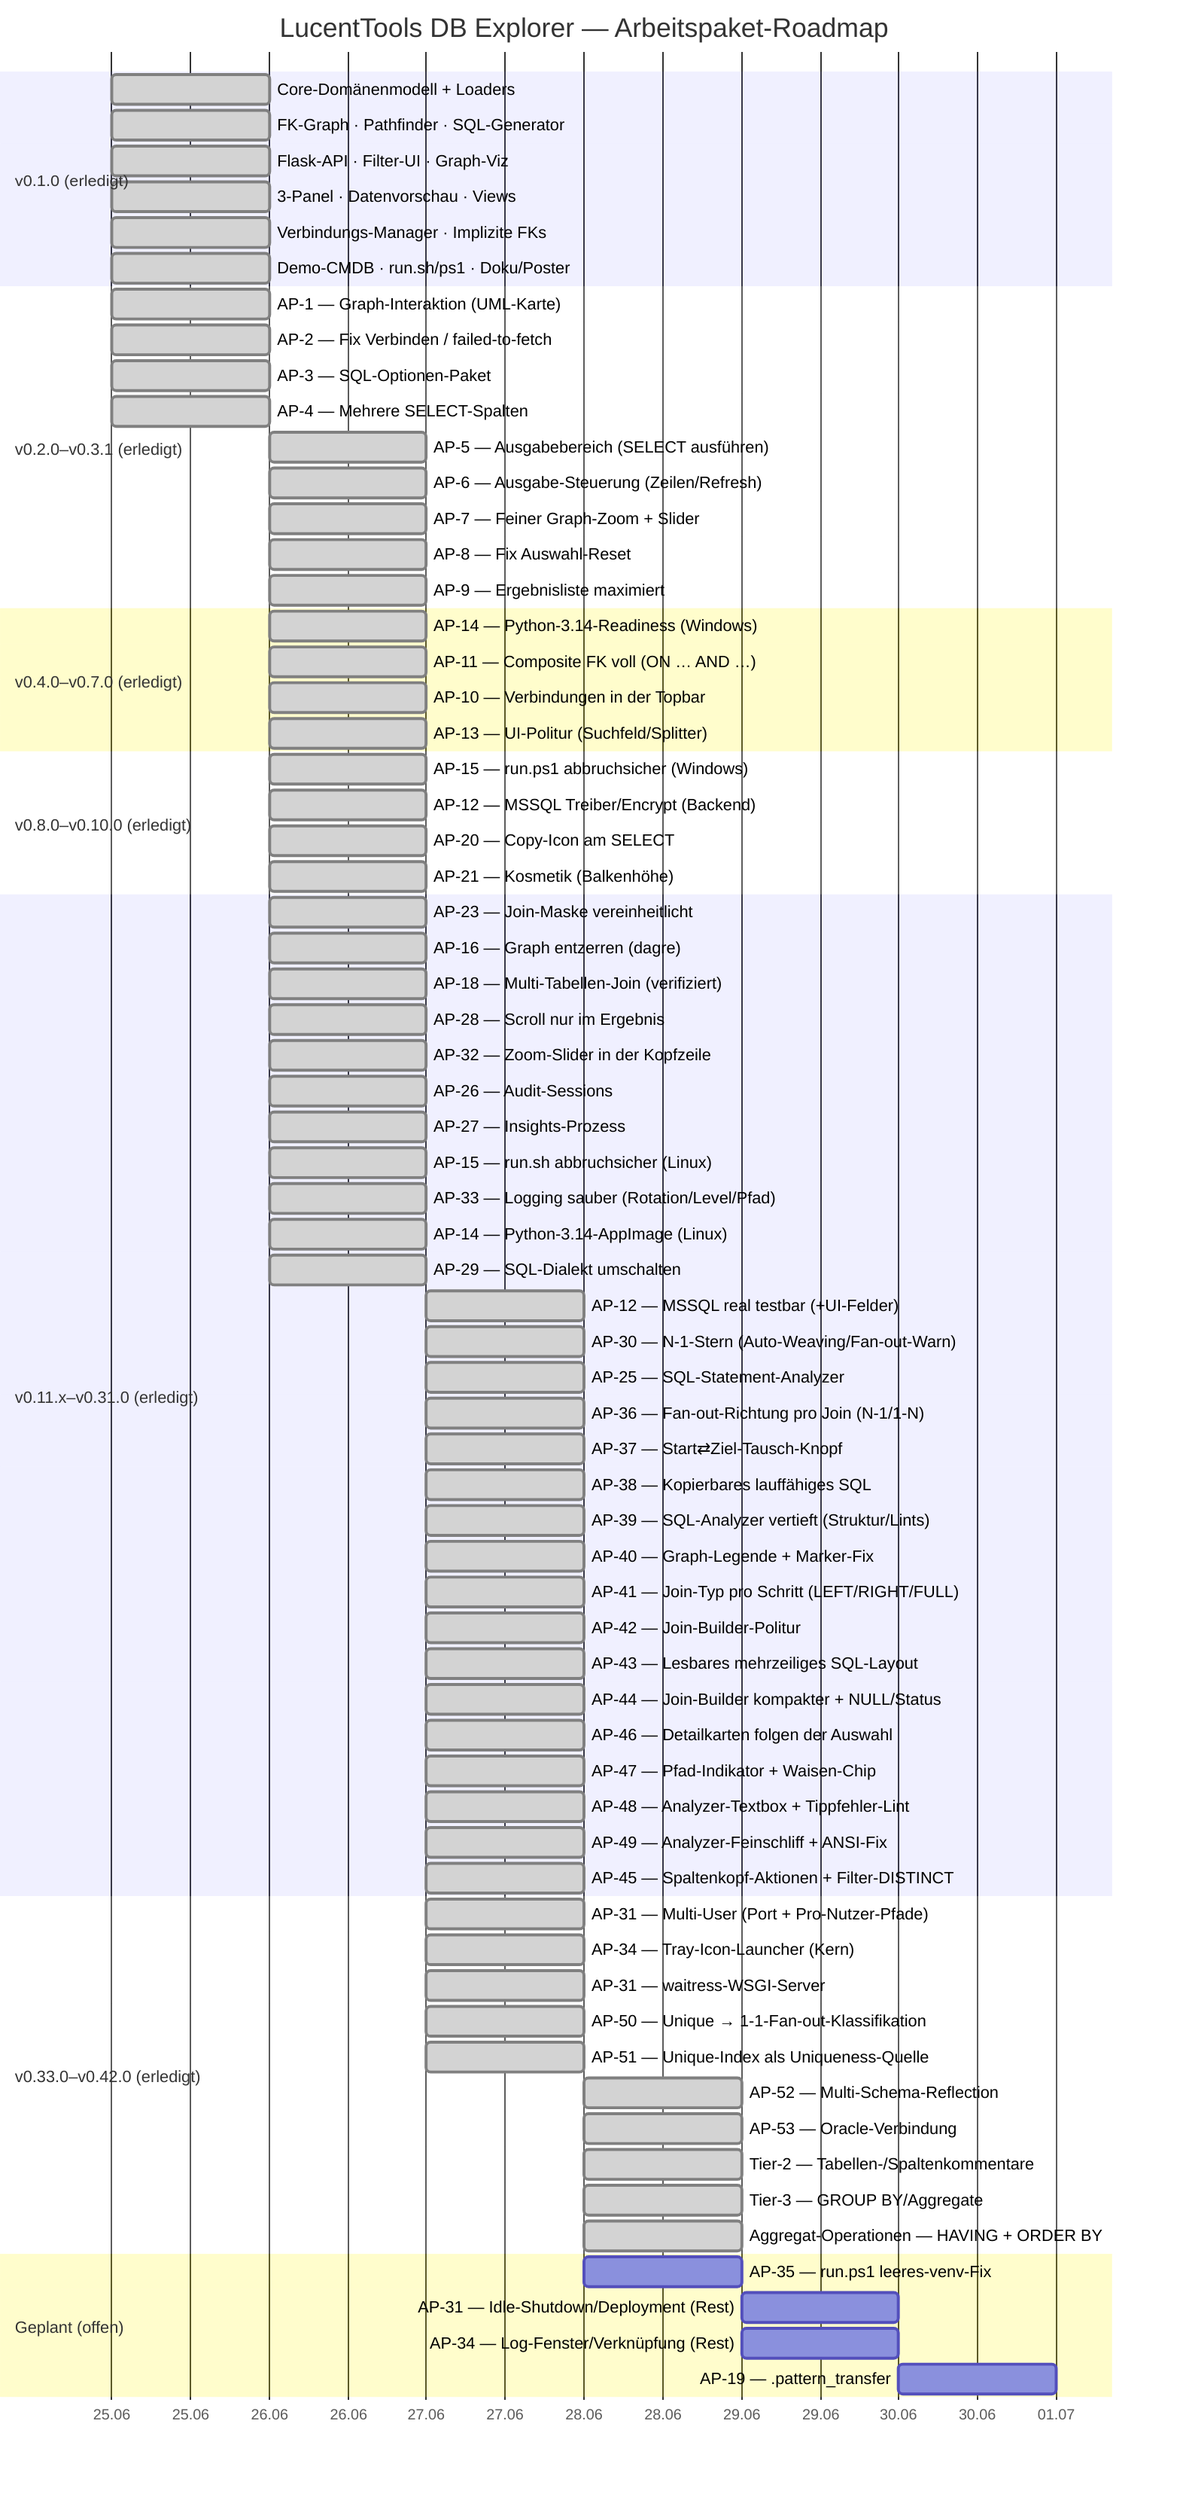
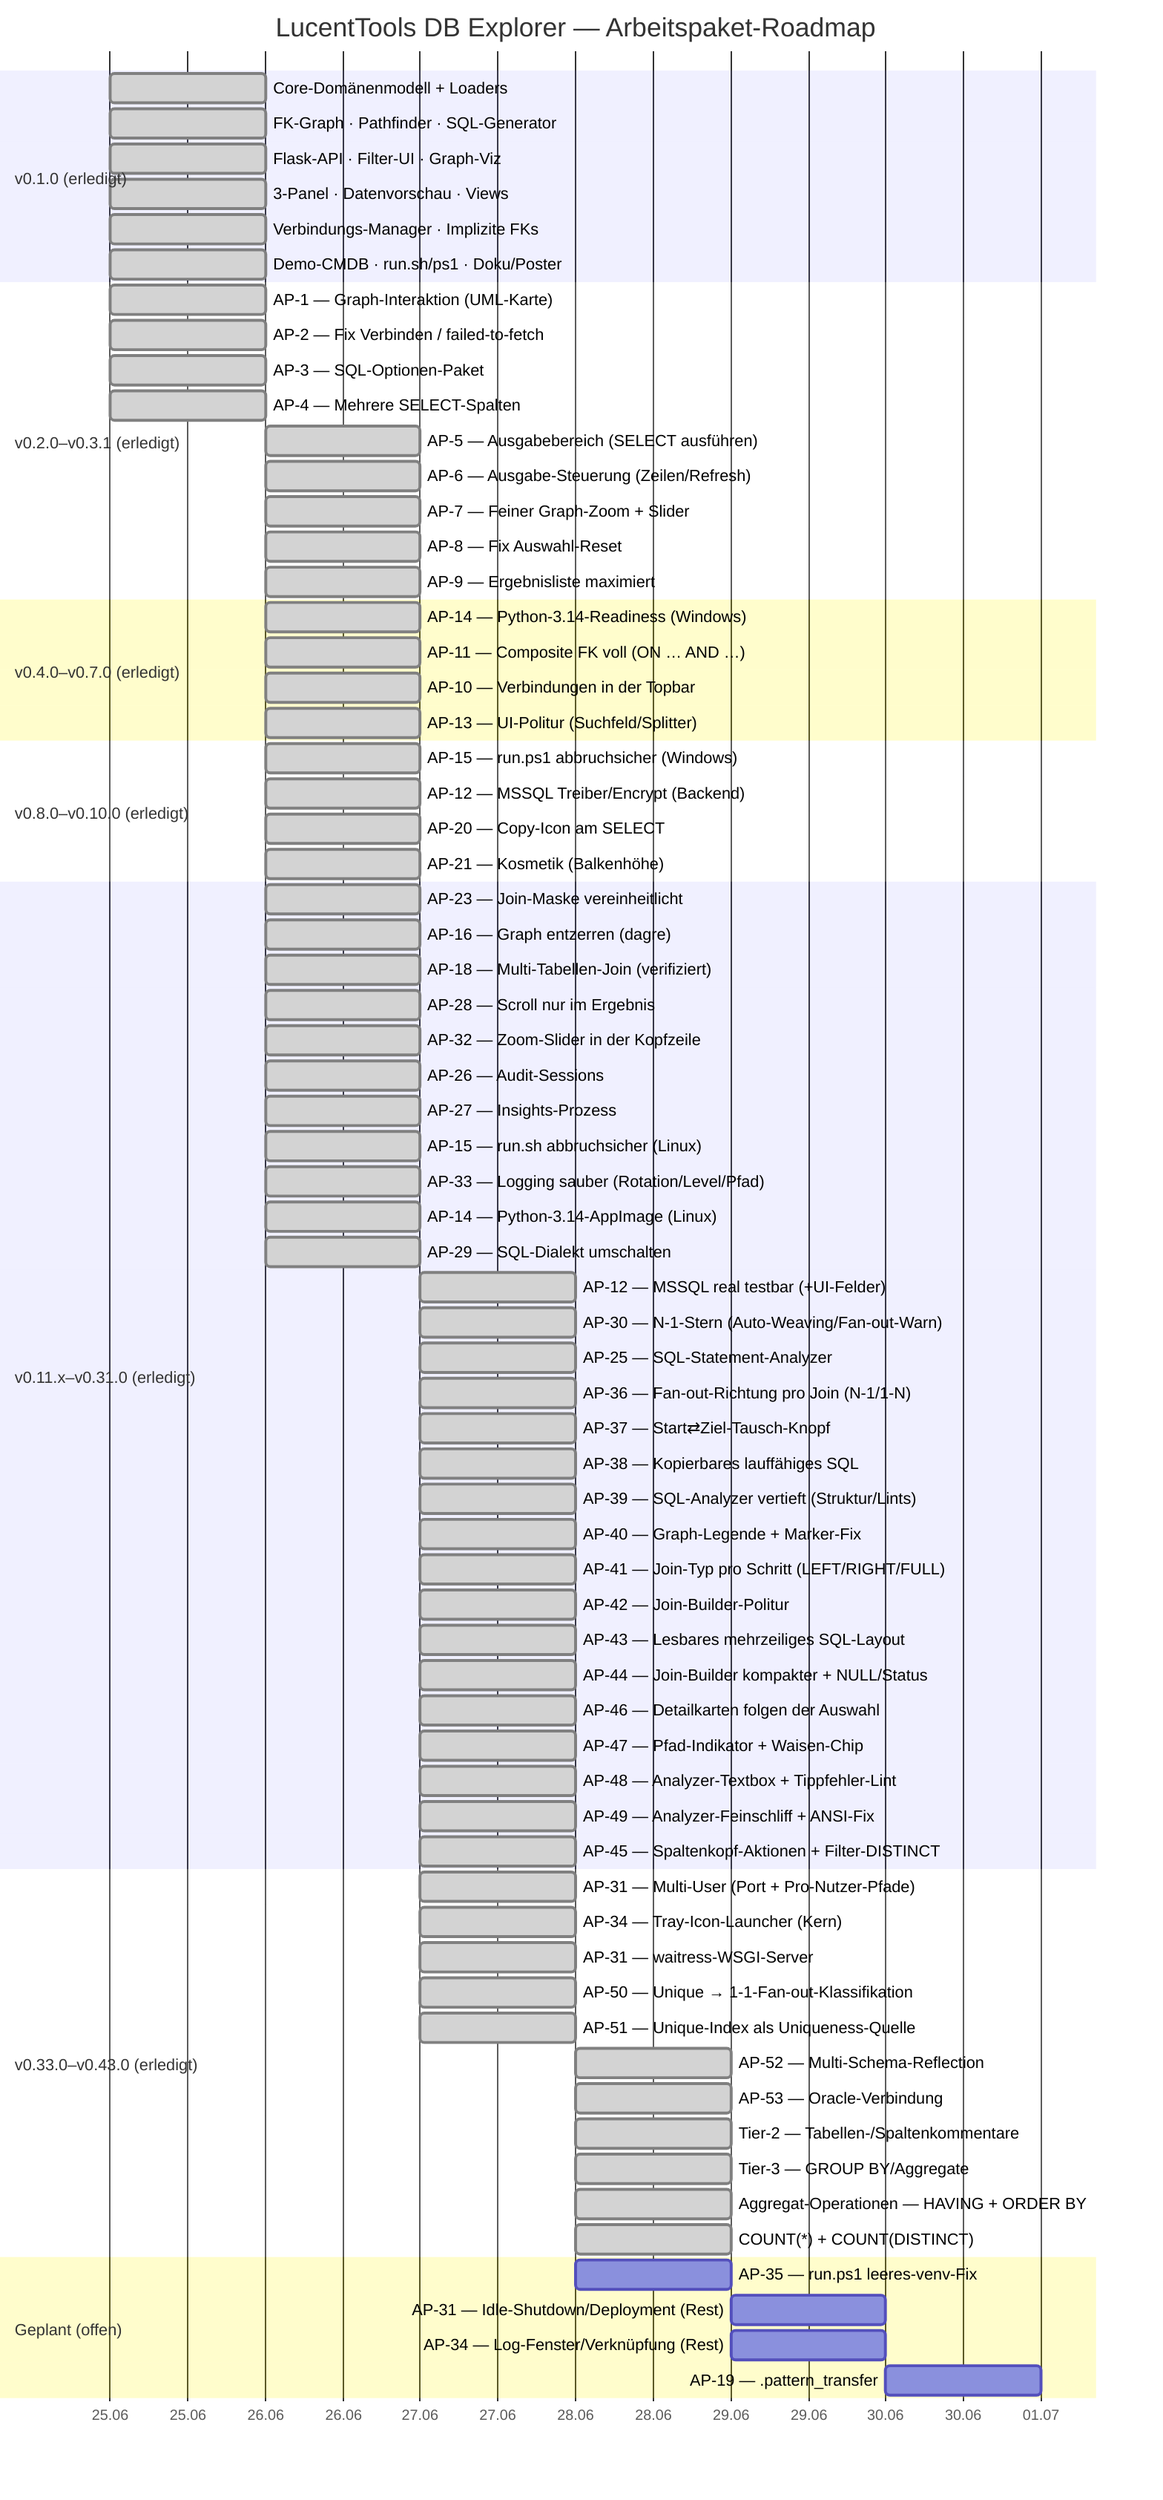
gantt
    title LucentTools DB Explorer — Arbeitspaket-Roadmap
    dateFormat  YYYY-MM-DD
    axisFormat  %d.%m

    section v0.1.0 (erledigt)
    Core-Domänenmodell + Loaders          :done, d1, 2026-06-25, 1d
    FK-Graph · Pathfinder · SQL-Generator :done, d2, 2026-06-25, 1d
    Flask-API · Filter-UI · Graph-Viz     :done, d3, 2026-06-25, 1d
    3-Panel · Datenvorschau · Views       :done, d4, 2026-06-25, 1d
    Verbindungs-Manager · Implizite FKs   :done, d5, 2026-06-25, 1d
    Demo-CMDB · run.sh/ps1 · Doku/Poster  :done, d6, 2026-06-25, 1d

    section v0.2.0–v0.3.1 (erledigt)
    AP-1 — Graph-Interaktion (UML-Karte)        :done, a1, 2026-06-25, 1d
    AP-2 — Fix Verbinden / failed-to-fetch      :done, a2, 2026-06-25, 1d
    AP-3 — SQL-Optionen-Paket                   :done, a3, 2026-06-25, 1d
    AP-4 — Mehrere SELECT-Spalten               :done, a4, 2026-06-25, 1d
    AP-5 — Ausgabebereich (SELECT ausführen)    :done, a5, 2026-06-26, 1d
    AP-6 — Ausgabe-Steuerung (Zeilen/Refresh)   :done, a6, 2026-06-26, 1d
    AP-7 — Feiner Graph-Zoom + Slider           :done, a7, 2026-06-26, 1d
    AP-8 — Fix Auswahl-Reset                    :done, a8, 2026-06-26, 1d
    AP-9 — Ergebnisliste maximiert              :done, a9, 2026-06-26, 1d

    section v0.4.0–v0.7.0 (erledigt)
    AP-14 — Python-3.14-Readiness (Windows)     :done, b1, 2026-06-26, 1d
    AP-11 — Composite FK voll (ON … AND …)      :done, b2, 2026-06-26, 1d
    AP-10 — Verbindungen in der Topbar          :done, b3, 2026-06-26, 1d
    AP-13 — UI-Politur (Suchfeld/Splitter)      :done, b4, 2026-06-26, 1d

    section v0.8.0–v0.10.0 (erledigt)
    AP-15 — run.ps1 abbruchsicher (Windows)     :done, c1, 2026-06-26, 1d
    AP-12 — MSSQL Treiber/Encrypt (Backend)     :done, c2, 2026-06-26, 1d
    AP-20 — Copy-Icon am SELECT                 :done, c3, 2026-06-26, 1d
    AP-21 — Kosmetik (Balkenhöhe)               :done, c4, 2026-06-26, 1d

    section v0.11.x–v0.31.0 (erledigt)
    AP-23 — Join-Maske vereinheitlicht          :done, e1, 2026-06-26, 1d
    AP-16 — Graph entzerren (dagre)             :done, e2, 2026-06-26, 1d
    AP-18 — Multi-Tabellen-Join (verifiziert)   :done, e3, 2026-06-26, 1d
    AP-28 — Scroll nur im Ergebnis              :done, e4, 2026-06-26, 1d
    AP-32 — Zoom-Slider in der Kopfzeile        :done, e5, 2026-06-26, 1d
    AP-26 — Audit-Sessions                      :done, e6, 2026-06-26, 1d
    AP-27 — Insights-Prozess                    :done, e7, 2026-06-26, 1d
    AP-15 — run.sh abbruchsicher (Linux)        :done, e8, 2026-06-26, 1d
    AP-33 — Logging sauber (Rotation/Level/Pfad) :done, e9, 2026-06-26, 1d
    AP-14 — Python-3.14-AppImage (Linux)         :done, e10, 2026-06-26, 1d
    AP-29 — SQL-Dialekt umschalten               :done, e11, 2026-06-26, 1d
    AP-12 — MSSQL real testbar (+UI-Felder)      :done, e12, 2026-06-27, 1d
    AP-30 — N-1-Stern (Auto-Weaving/Fan-out-Warn) :done, e13, 2026-06-27, 1d
    AP-25 — SQL-Statement-Analyzer               :done, e14, 2026-06-27, 1d
    AP-36 — Fan-out-Richtung pro Join (N-1/1-N)  :done, e15, 2026-06-27, 1d
    AP-37 — Start⇄Ziel-Tausch-Knopf              :done, e16, 2026-06-27, 1d
    AP-38 — Kopierbares lauffähiges SQL          :done, e17, 2026-06-27, 1d
    AP-39 — SQL-Analyzer vertieft (Struktur/Lints) :done, e18, 2026-06-27, 1d
    AP-40 — Graph-Legende + Marker-Fix           :done, e19, 2026-06-27, 1d
    AP-41 — Join-Typ pro Schritt (LEFT/RIGHT/FULL) :done, e20, 2026-06-27, 1d
    AP-42 — Join-Builder-Politur                 :done, e21, 2026-06-27, 1d
    AP-43 — Lesbares mehrzeiliges SQL-Layout      :done, e22, 2026-06-27, 1d
    AP-44 — Join-Builder kompakter + NULL/Status :done, e23, 2026-06-27, 1d
    AP-46 — Detailkarten folgen der Auswahl       :done, e24, 2026-06-27, 1d
    AP-47 — Pfad-Indikator + Waisen-Chip         :done, e25, 2026-06-27, 1d
    AP-48 — Analyzer-Textbox + Tippfehler-Lint   :done, e26, 2026-06-27, 1d
    AP-49 — Analyzer-Feinschliff + ANSI-Fix       :done, e27, 2026-06-27, 1d
    AP-45 — Spaltenkopf-Aktionen + Filter-DISTINCT :done, e28, 2026-06-27, 1d

-     section v0.33.0–v0.42.0 (erledigt)
+     section v0.33.0–v0.43.0 (erledigt)
    AP-31 — Multi-User (Port + Pro-Nutzer-Pfade) :done, f1, 2026-06-27, 1d
    AP-34 — Tray-Icon-Launcher (Kern)            :done, f2, 2026-06-27, 1d
    AP-31 — waitress-WSGI-Server                 :done, f3, 2026-06-27, 1d
    AP-50 — Unique → 1-1-Fan-out-Klassifikation  :done, f4, 2026-06-27, 1d
    AP-51 — Unique-Index als Uniqueness-Quelle   :done, f5, 2026-06-27, 1d
    AP-52 — Multi-Schema-Reflection              :done, f6, 2026-06-28, 1d
    AP-53 — Oracle-Verbindung                    :done, f7, 2026-06-28, 1d
    Tier-2 — Tabellen-/Spaltenkommentare         :done, f8, 2026-06-28, 1d
    Tier-3 — GROUP BY/Aggregate                  :done, f9, 2026-06-28, 1d
    Aggregat-Operationen — HAVING + ORDER BY     :done, f10, 2026-06-28, 1d
+     COUNT(*) + COUNT(DISTINCT)                   :done, f11, 2026-06-28, 1d

    section Geplant (offen)
    AP-35 — run.ps1 leeres-venv-Fix             :p3, 2026-06-28, 1d
    AP-31 — Idle-Shutdown/Deployment (Rest)     :p5, 2026-06-29, 1d
    AP-34 — Log-Fenster/Verknüpfung (Rest)      :p6, 2026-06-29, 1d
    AP-19 — .pattern_transfer                   :p11, 2026-06-30, 1d
